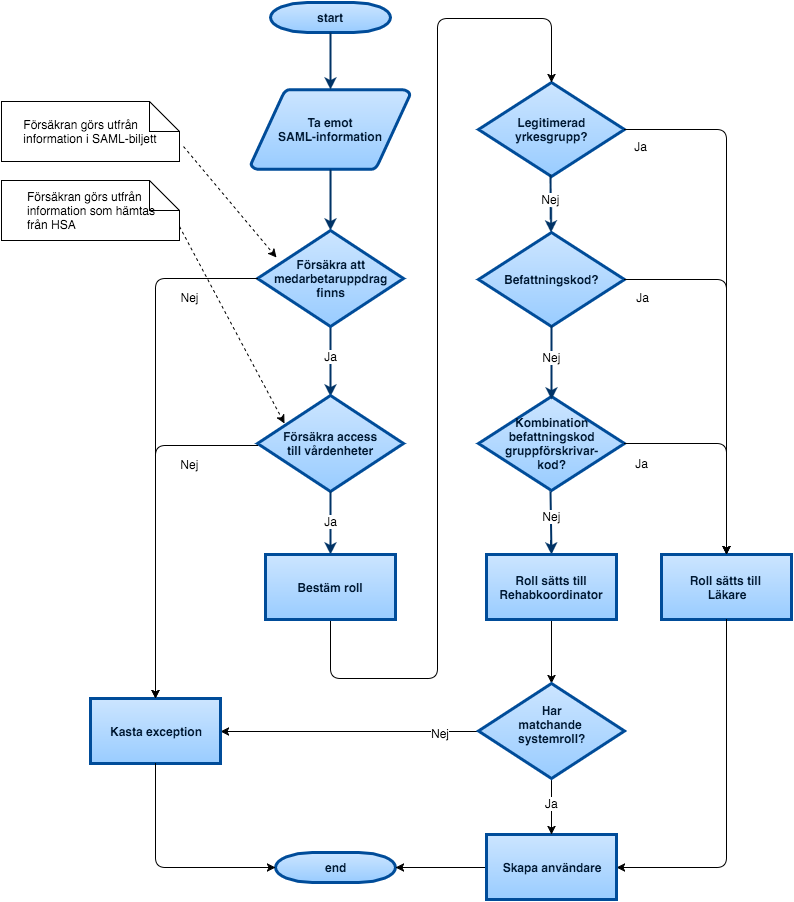
Above: docs/drawio/Rehabstöd-flödesschema-roller och rättigheter.png in sklintyg/rehabstod (draw.io), before the change. Source tidied: cells renumbered, new cells last; positions are measured from the earlier drawing's top-left corner, leaving out a move shared by most shapes.
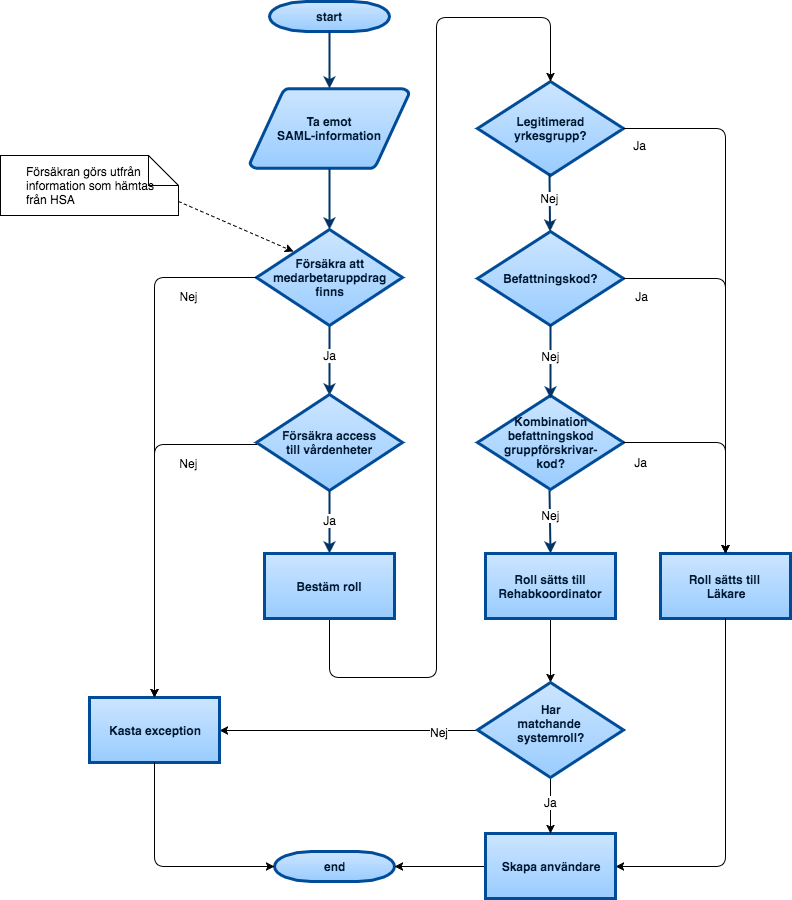
After the commit.

Commit message:
DEVENV: uppdatering av dokumentation för roller och rättigheter i Rehabstöd

What changed in the source:
```diff
@@ -31,11 +31,8 @@
     <mxCell id="10" value="end" style="shape=mxgraph.flowchart.terminator;fillColor=#99CCFF;strokeColor=#004C99;strokeWidth=3;gradientColor=#CCE5FF;gradientDirection=north;fontColor=#001933;fontStyle=1;html=1;" parent="1" vertex="1">
       <mxGeometry x="274" y="850" width="120" height="30" as="geometry" />
     </mxCell>
-    <mxCell id="11" value="&lt;div style=&quot;text-align: left&quot;&gt;Försäkran görs utfrån&amp;nbsp;&lt;/div&gt;&lt;div style=&quot;text-align: left&quot;&gt;information i SAML-biljett&lt;/div&gt;" style="shape=note;whiteSpace=wrap;html=1;" parent="1" vertex="1">
-      <mxGeometry y="99" width="178" height="60" as="geometry" />
-    </mxCell>
     <mxCell id="12" value="&lt;div style=&quot;text-align: left&quot;&gt;Försäkran görs utfrån&amp;nbsp;&lt;/div&gt;&lt;div style=&quot;text-align: left&quot;&gt;information som hämtas&lt;/div&gt;&lt;div style=&quot;text-align: left&quot;&gt;från HSA&lt;/div&gt;" style="shape=note;whiteSpace=wrap;html=1;" parent="1" vertex="1">
-      <mxGeometry y="178" width="178" height="60" as="geometry" />
+      <mxGeometry y="154" width="178" height="60" as="geometry" />
     </mxCell>
     <mxCell id="13" style="elbow=vertical;fontColor=#001933;fontStyle=1;strokeColor=#003366;strokeWidth=2;html=1;entryX=0.5;entryY=0;" parent="1" edge="1" source="8" target="35">
       <mxGeometry x="-790" y="25" as="geometry" />
@@ -102,10 +99,7 @@
         <mxPoint x="30" y="17" as="offset" />
       </mxGeometry>
     </mxCell>
-    <mxCell id="30" style="endArrow=classic;html=1;entryX=0.13;entryY=0.281;entryPerimeter=0;exitX=1.022;exitY=0.75;exitPerimeter=0;dashed=1;" parent="1" edge="1" source="11" target="9">
-      <mxGeometry relative="1" as="geometry" />
-    </mxCell>
-    <mxCell id="31" style="endArrow=classic;html=1;dashed=1;exitX=1;exitY=0.767;exitPerimeter=0;entryX=0.185;entryY=0.292;entryPerimeter=0;" parent="1" edge="1" source="12" target="8">
+    <mxCell id="31" style="endArrow=classic;html=1;dashed=1;exitX=1;exitY=0.767;exitPerimeter=0;entryX=0.253;entryY=0.229;entryPerimeter=0;" parent="1" edge="1" source="12" target="9">
       <mxGeometry relative="1" as="geometry" />
     </mxCell>
     <mxCell id="32" value="&amp;nbsp;Ja&amp;nbsp;" style="text;html=1;align=center;verticalAlign=middle;labelBackgroundColor=#ffffff;" parent="1" vertex="1">
```
